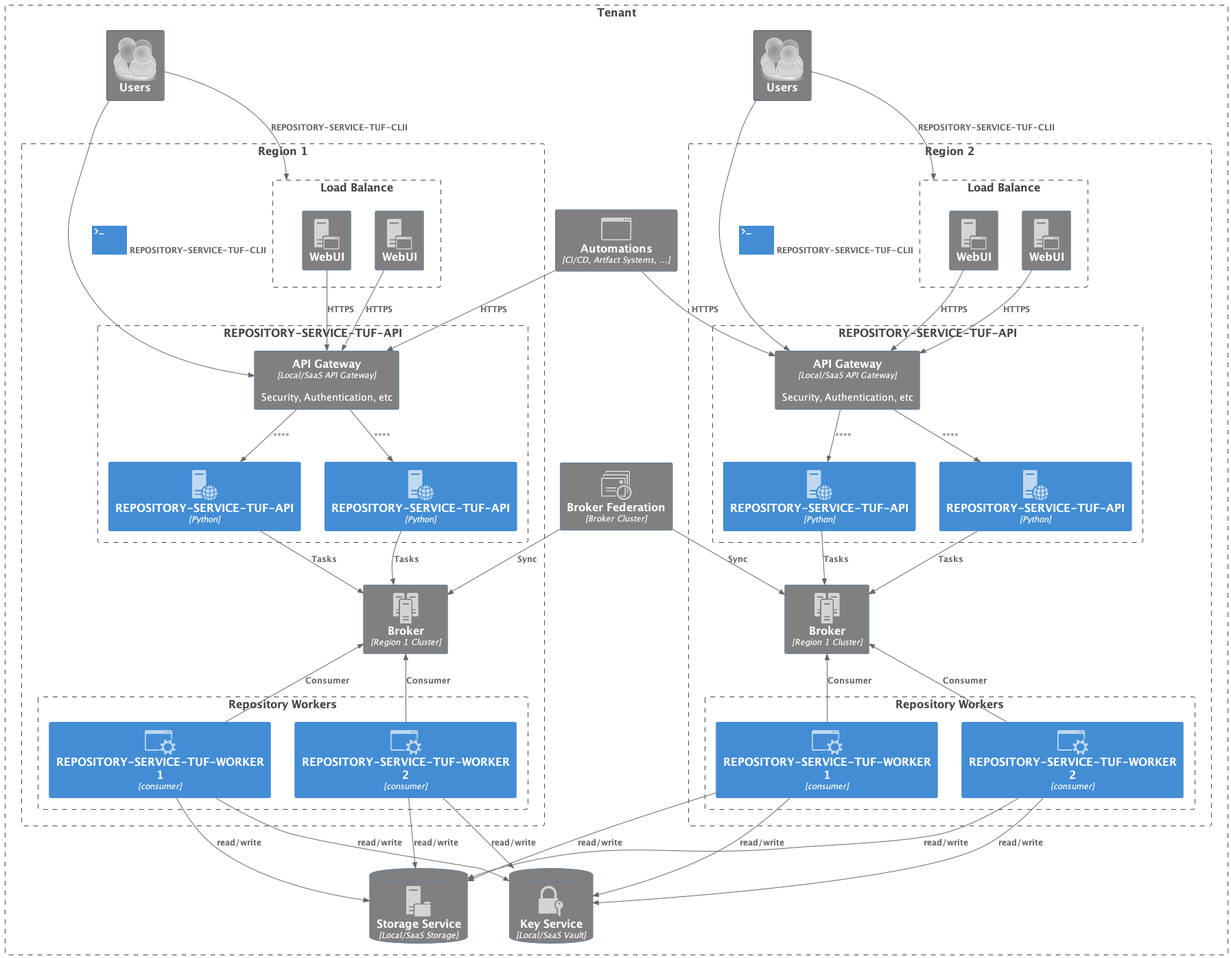
Above: docs/source/_static/2_3_rstuf.png in repository-service-tuf/repository-service-tuf (PlantUML), before the change.
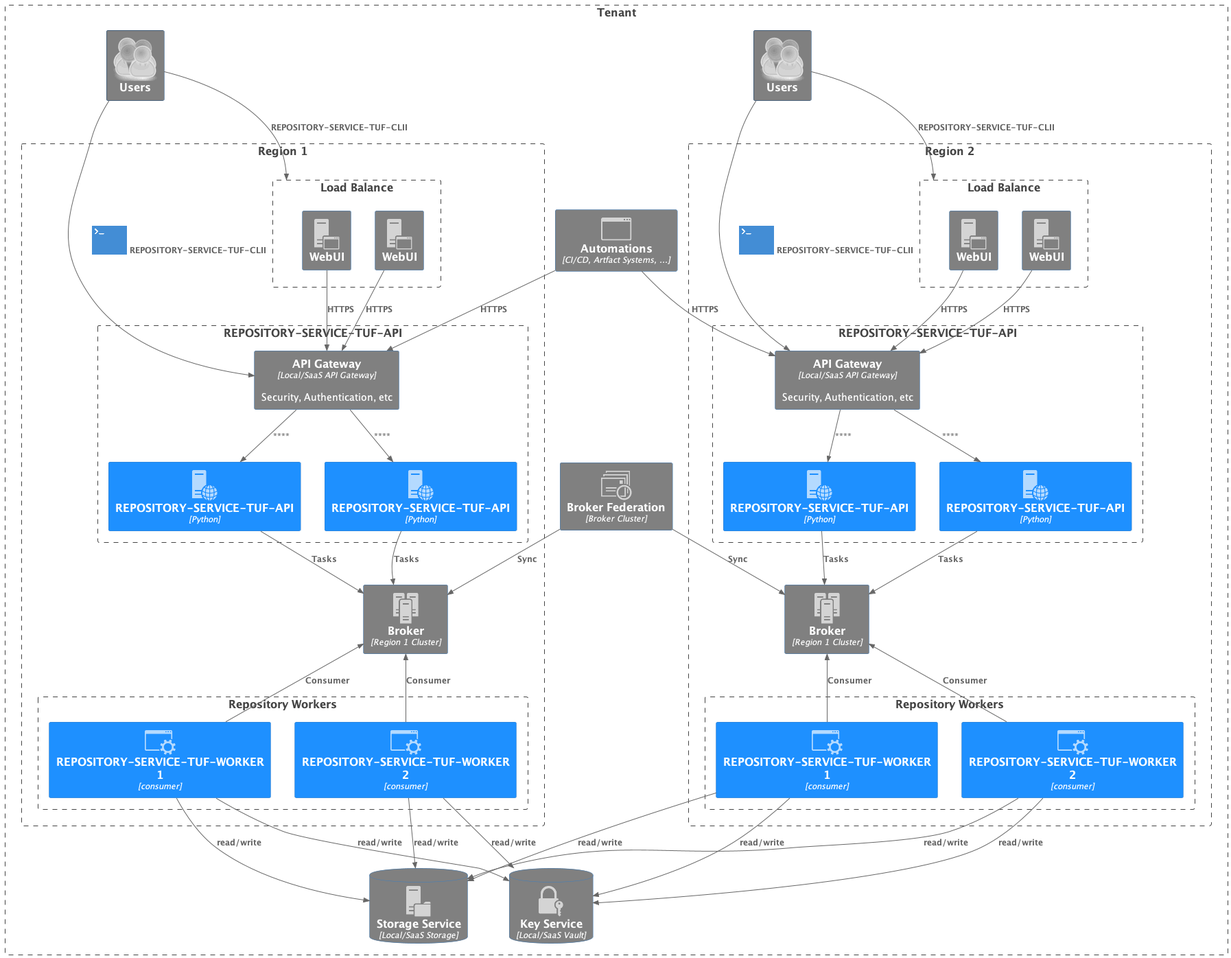
After the change.

Commit message:
docs: update RSTUF docs for SQL feature

Change to the diagram source:
```diff
@@ -7,6 +7,7 @@
 
 !include <office/Servers/file_server>
 !include <office/Servers/application_server>
+!include <office/Servers/database_server>
 !include <office/Services/web_services>
 !include <office/Concepts/application_generic>
 !include <office/Concepts/service_application>
@@ -32,6 +33,7 @@
 AddContainerTag("metadata_web", $sprite="web_services", $legendText="Web exposed TUF Metadata")
 AddContainerTag("download_target", $sprite="download", $legendText="Download file/target/package", $bgColor=Gray)
 AddContainerTag("queue_cluster", $sprite="cluster_server", $legendText="Broker Cluster")
+AddContainerTag("sql_db", $sprite="database_server", $legendText="SQL Server")
 
 AddRelTag("terminal", $textColor="$ARROW_COLOR", $lineColor="$ARROW_COLOR", $sprite="terminal,scale=1.0,color=#438DD5", $legendText="CLI")
 AddRelTag("bowser", $textColor="$ARROW_COLOR", $lineColor="$ARROW_COLOR", $sprite="management_console,scale=0.5", $legendText="Browser")
@@ -55,8 +57,8 @@
         }
         Boundary(apis_r1, "REPOSITORY-SERVICE-TUF-API"){
             Container(api_gateway_r1, "API Gateway", "Local/SaaS API Gateway", "Security, Authentication, etc") #Grey
-            Container(rstuf_rest_api_1, "REPOSITORY-SERVICE-TUF-API", "Python", $tags="rstuf_rest_api")
-            Container(rstuf_rest_api_2, "REPOSITORY-SERVICE-TUF-API", "Python", $tags="rstuf_rest_api")
+            Container(rstuf_rest_api_1, "REPOSITORY-SERVICE-TUF-API", "Python", $tags="rstuf_rest_api") #DodgerBlue
+            Container(rstuf_rest_api_2, "REPOSITORY-SERVICE-TUF-API", "Python", $tags="rstuf_rest_api") #DodgerBlue
             Lay_R(api_gateway_r1, rstuf_rest_api_1)
             Lay_R(rstuf_rest_api_1, rstuf_rest_api_2)
             Rel(api_gateway_r1, rstuf_rest_api_1,)
@@ -64,8 +66,8 @@
         }
         Container(queue_service_r1, "Broker", "Region 1 Cluster", $tags="queue_cluster")  #Grey
         Boundary(repository_workers_r1, "Repository Workers") {
-            Container(rstuf_repo_worker_1, "REPOSITORY-SERVICE-TUF-WORKER 1", "consumer", $tags="rstuf_repo_worker")
-            Container(rstuf_repo_worker_2, "REPOSITORY-SERVICE-TUF-WORKER 2", "consumer", $tags="rstuf_repo_worker")
+            Container(rstuf_repo_worker_1, "REPOSITORY-SERVICE-TUF-WORKER 1", "consumer", $tags="rstuf_repo_worker") #DodgerBlue
+            Container(rstuf_repo_worker_2, "REPOSITORY-SERVICE-TUF-WORKER 2", "consumer", $tags="rstuf_repo_worker") #DodgerBlue
             Lay_R(rstuf_repo_worker_1, rstuf_repo_worker_2)
         }
 
@@ -90,8 +92,8 @@
         }
         Boundary(apis_r2, "REPOSITORY-SERVICE-TUF-API"){
             Container(api_gateway_r2, "API Gateway", "Local/SaaS API Gateway", "Security, Authentication, etc") #Grey
-            Container(rstuf_rest_api_3, "REPOSITORY-SERVICE-TUF-API", "Python", $tags="rstuf_rest_api")
-            Container(rstuf_rest_api_4, "REPOSITORY-SERVICE-TUF-API", "Python", $tags="rstuf_rest_api")
+            Container(rstuf_rest_api_3, "REPOSITORY-SERVICE-TUF-API", "Python", $tags="rstuf_rest_api") #DodgerBlue
+            Container(rstuf_rest_api_4, "REPOSITORY-SERVICE-TUF-API", "Python", $tags="rstuf_rest_api") #DodgerBlue
             Lay_R(api_gateway_r2, rstuf_rest_api_3)
             Lay_R(rstuf_rest_api_3, rstuf_rest_api_4)
             Rel(api_gateway_r2, rstuf_rest_api_3,)
@@ -99,8 +101,8 @@
         }
         Container(queue_service_r2, "Broker", "Region 1 Cluster", $tags="queue_cluster")  #Grey
         Boundary(repository_workers_r2, "Repository Workers") {
-            Container(rstuf_repo_worker_3, "REPOSITORY-SERVICE-TUF-WORKER 1", "consumer", $tags="rstuf_repo_worker")
-            Container(rstuf_repo_worker_4, "REPOSITORY-SERVICE-TUF-WORKER 2", "consumer", $tags="rstuf_repo_worker")
+            Container(rstuf_repo_worker_3, "REPOSITORY-SERVICE-TUF-WORKER 1", "consumer", $tags="rstuf_repo_worker") #DodgerBlue
+            Container(rstuf_repo_worker_4, "REPOSITORY-SERVICE-TUF-WORKER 2", "consumer", $tags="rstuf_repo_worker") #DodgerBlue
             Lay_R(rstuf_repo_worker_3, rstuf_repo_worker_4)
         }
 
```
